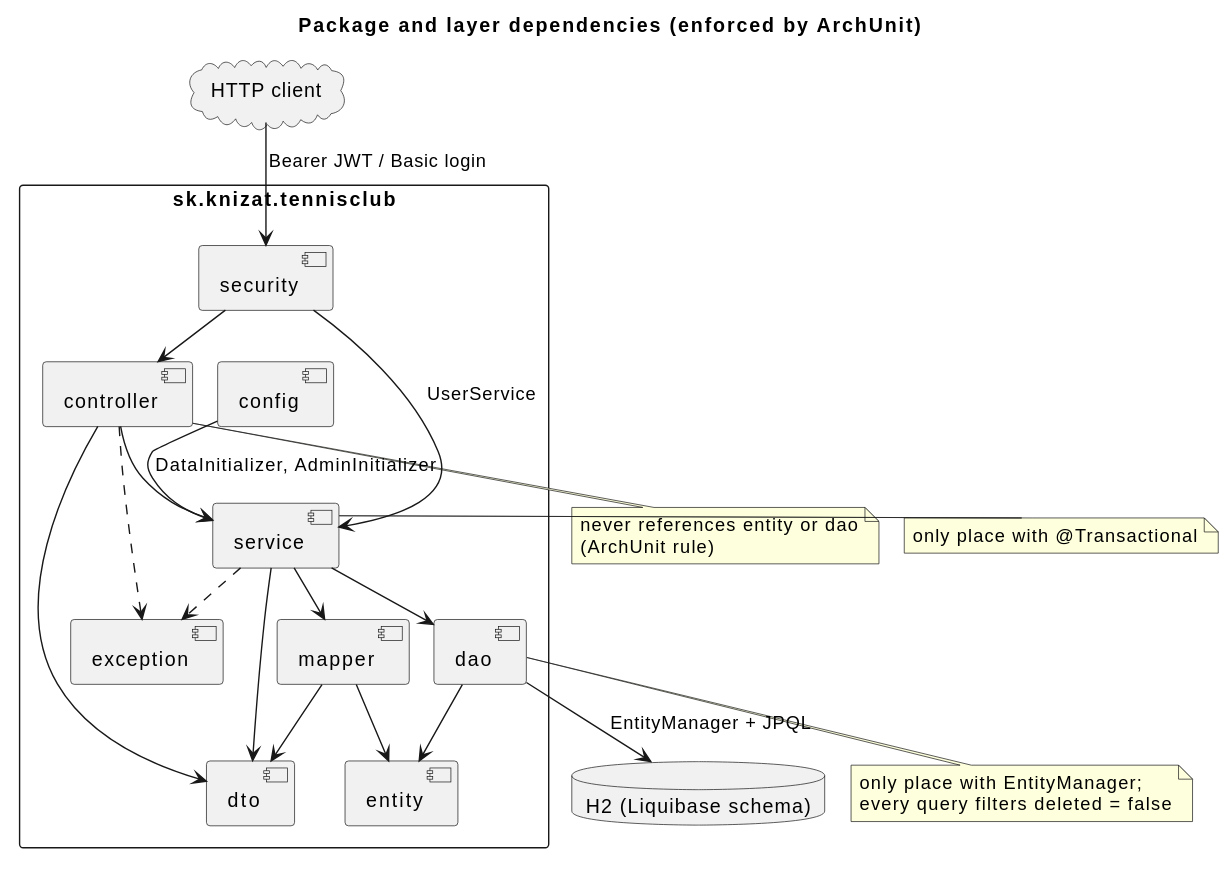
Before: docs/uml/package-diagram.svg, a diagram exported from PlantUML (OndrejKnizat/inqool_zadanie).
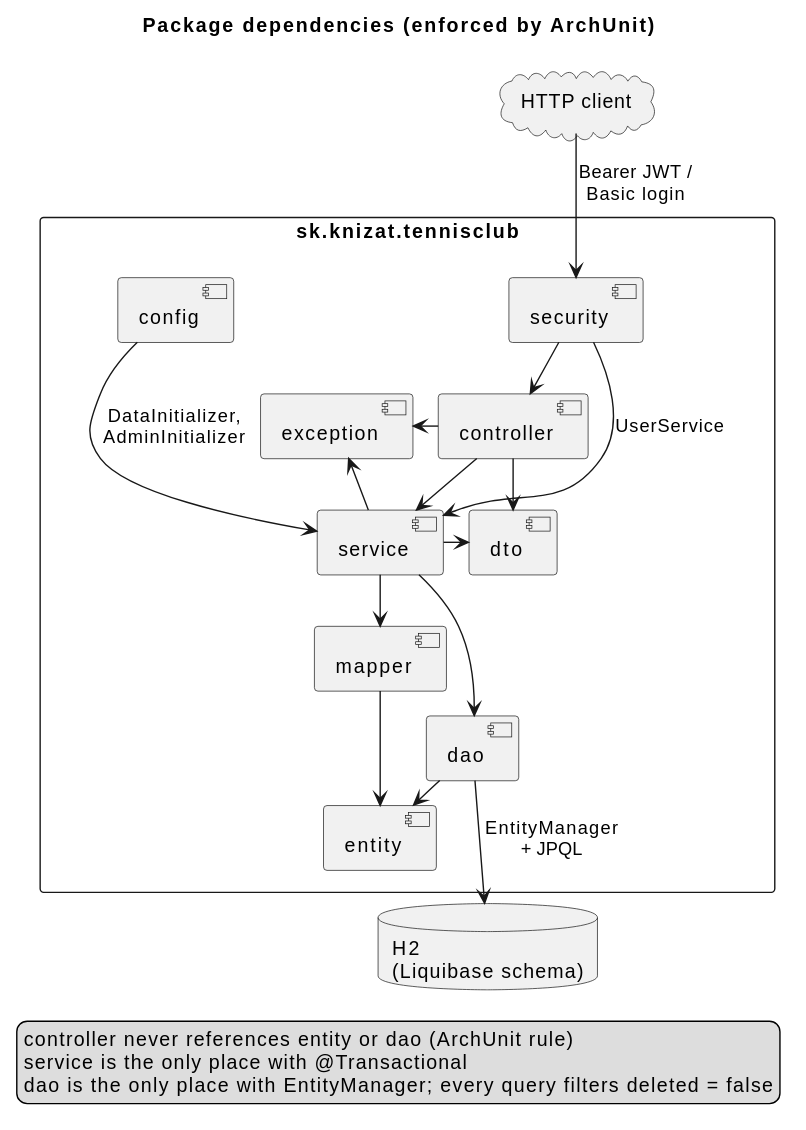
After the change.

Change to the diagram source:
```diff
@@ -1,47 +1,47 @@
 @startuml
 !pragma layout smetana
-title Package and layer dependencies (enforced by ArchUnit)
+title Package dependencies (enforced by ArchUnit)
+skinparam linetype polyline
+skinparam nodesep 50
+skinparam ranksep 60
 skinparam packageStyle rectangle
 
+cloud "HTTP client" as client
 package "sk.knizat.tennisclub" {
-  [controller] as controller
-  [dto] as dto
-  [service] as service
-  [mapper] as mapper
-  [dao] as dao
-  [entity] as entity
-  [security] as security
-  [config] as config
-  [exception] as exception
+  [security]
+  [controller]
+  [service]
+  [dao]
+  [config]
+  [dto]
+  [mapper]
+  [entity]
+  [exception]
 }
-cloud "HTTP client" as client
-database "H2 (Liquibase schema)" as db
+database "H2\n(Liquibase schema)" as db
 
-client --> security : Bearer JWT / Basic login
-security --> controller
-controller --> service
-controller --> dto
-service --> dao
-service --> mapper
-service --> dto
-mapper --> entity
-mapper --> dto
-dao --> entity
-dao --> db : EntityManager + JPQL
-security --> service : UserService
-config --> service : DataInitializer, AdminInitializer
-controller ..> exception
-service ..> exception
+client -down-> security : Bearer JWT /\nBasic login
+security -down-> controller
+controller -down-> service
+service -down-> dao
+dao -down-> db : EntityManager\n+ JPQL
 
-note bottom of controller
-  never references entity or dao
-  (ArchUnit rule)
-end note
-note bottom of dao
-  only place with EntityManager;
-  every query filters deleted = false
-end note
-note right of service
-  only place with @Transactional
-end note
+security -right-> service : UserService
+config -right-> service : DataInitializer,\nAdminInitializer
+controller -right-> dto
+service -right-> mapper
+service -right-> dto
+mapper -down-> entity
+dao -right-> entity
+controller -left-> exception
+service -left-> exception
+
+config -[hidden]down- exception
+dto -[hidden]down- mapper
+
+legend bottom
+  controller never references entity or dao (ArchUnit rule)
+  service is the only place with @Transactional
+  dao is the only place with EntityManager; every query filters deleted = false
+endlegend
 @enduml
```
